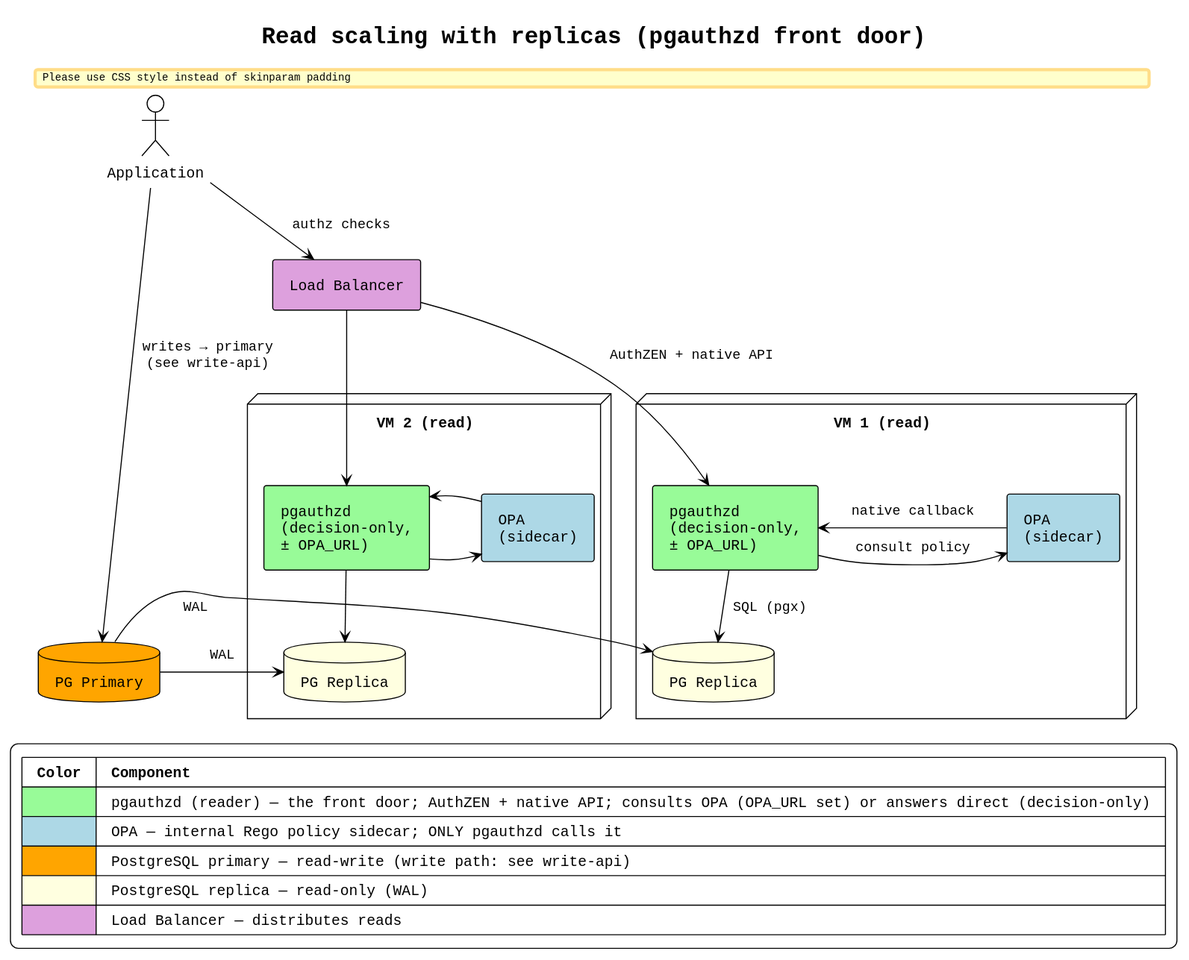
Above: docs/architecture-read-scaled.svg in thomasdarimont/pgauthz (PlantUML), before the change.
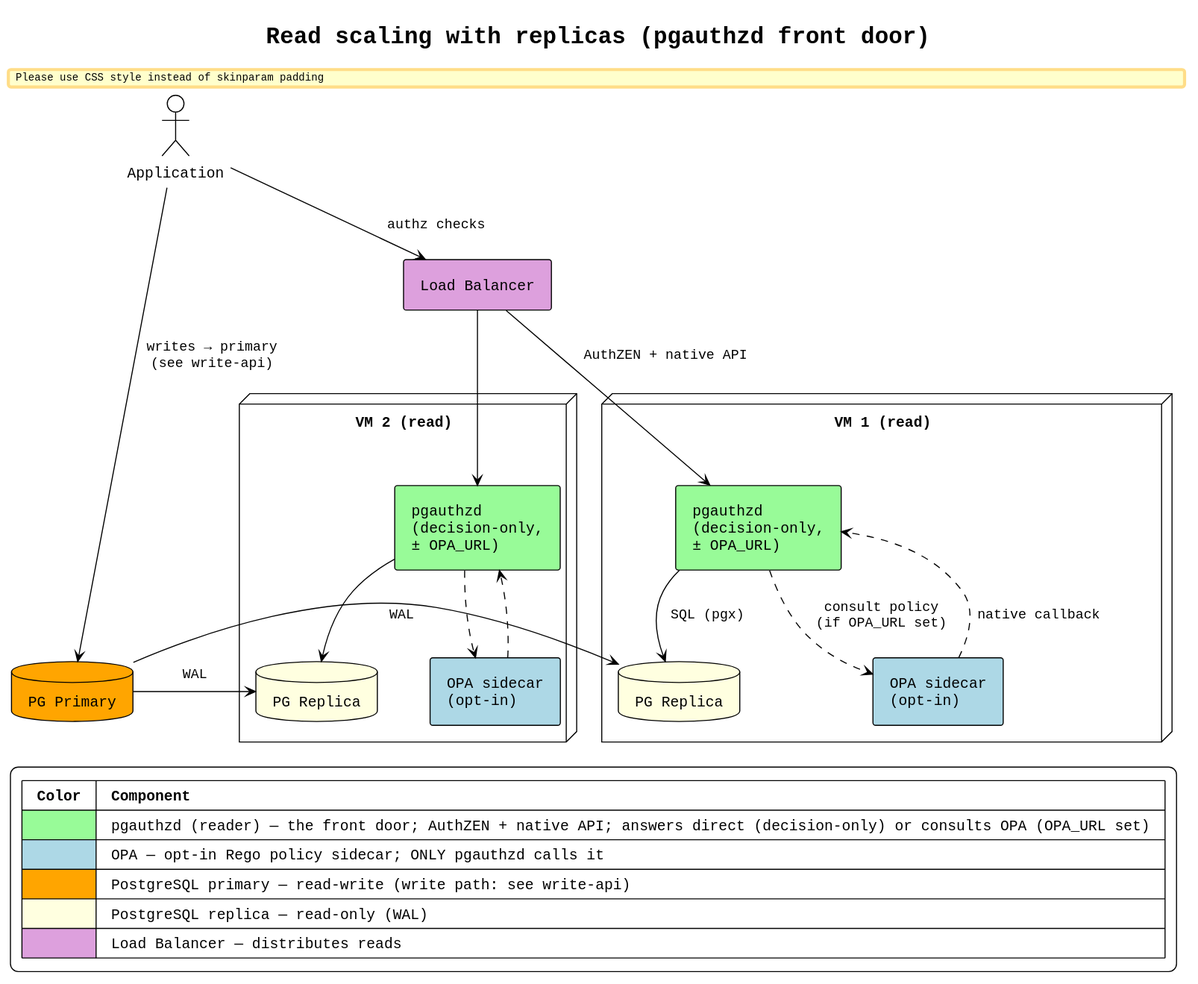
Above is the later version.

Change to the diagram source:
```diff
@@ -15,13 +15,13 @@
 
 node "VM 1 (read)" as vm1 {
     component "pgauthzd\n(decision-only,\n± OPA_URL)" as pgd3a #PaleGreen
-    component "OPA\n(sidecar)" as opa3a #LightBlue
+    component "OPA sidecar\n(opt-in)" as opa3a #LightBlue
     database "PG Replica" as pgr3a #LightYellow
 }
 
 node "VM 2 (read)" as vm2 {
     component "pgauthzd\n(decision-only,\n± OPA_URL)" as pgd3b #PaleGreen
-    component "OPA\n(sidecar)" as opa3b #LightBlue
+    component "OPA sidecar\n(opt-in)" as opa3b #LightBlue
     database "PG Replica" as pgr3b #LightYellow
 }
 
@@ -30,10 +30,10 @@
 app3 -down-> lb : "authz checks"
 lb -down-> pgd3a : "AuthZEN + native API"
 lb -down-> pgd3b
-pgd3a -right-> opa3a : "consult policy"
-opa3a -left-> pgd3a : "native callback"
-pgd3b -right-> opa3b
-opa3b -left-> pgd3b
+pgd3a ..> opa3a : "consult policy\n(if OPA_URL set)"
+opa3a ..> pgd3a : "native callback"
+pgd3b ..> opa3b
+opa3b ..> pgd3b
 pgd3a -down-> pgr3a : "SQL (pgx)"
 pgd3b -down-> pgr3b
 
@@ -44,8 +44,8 @@
 
 legend bottom left
   |= Color |= Component |
-  | <#PaleGreen> | pgauthzd (reader) — the front door; AuthZEN + native API; consults OPA (OPA_URL set) or answers direct (decision-only) |
-  | <#LightBlue> | OPA — internal Rego policy sidecar; ONLY pgauthzd calls it |
+  | <#PaleGreen> | pgauthzd (reader) — the front door; AuthZEN + native API; answers direct (decision-only) or consults OPA (OPA_URL set) |
+  | <#LightBlue> | OPA — opt-in Rego policy sidecar; ONLY pgauthzd calls it |
   | <#Orange> | PostgreSQL primary — read-write (write path: see write-api) |
   | <#LightYellow> | PostgreSQL replica — read-only (WAL) |
   | <#Plum> | Load Balancer — distributes reads |
```
